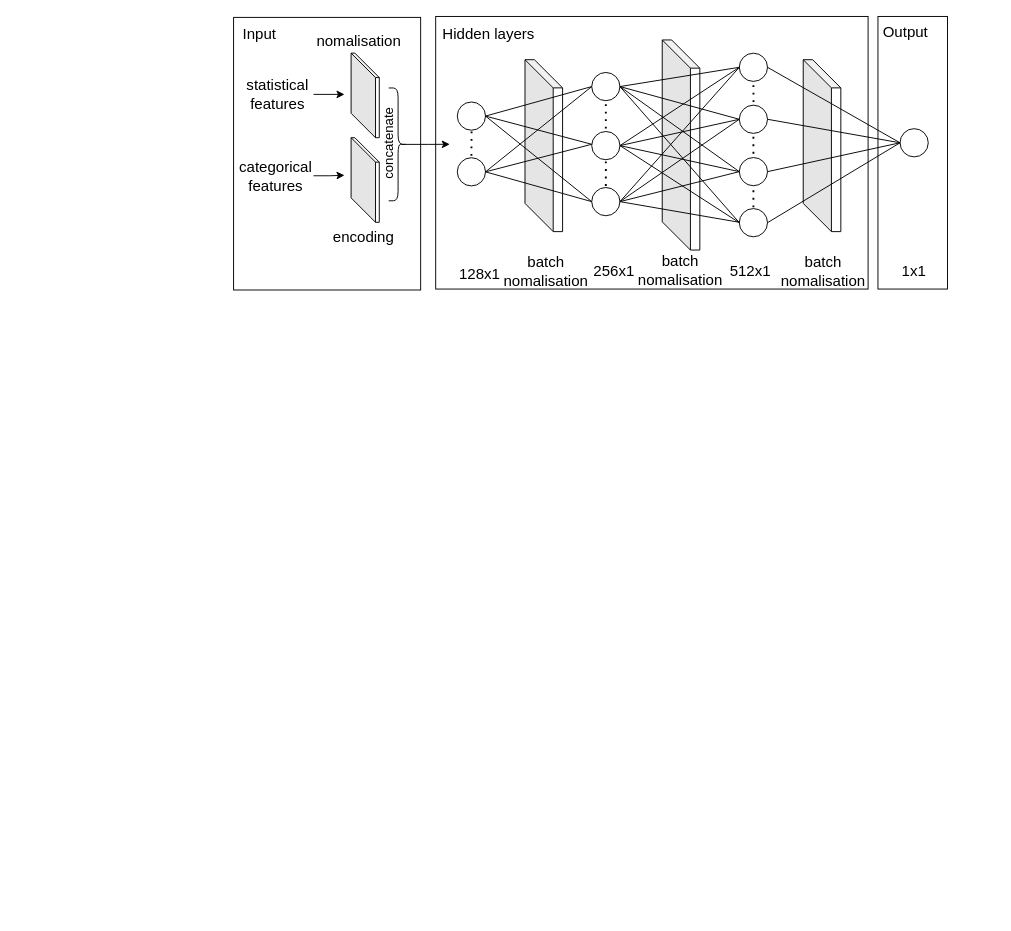
Earlier version of the draw.io diagram page "Page-3" (2 of 4) of network.drawio (qyu38/DL-paper). Source tidied: cells renumbered, new cells numbered last; positions are measured from the earlier drawing's top-left corner, leaving out a move shared by most shapes. Both pictures are drawn from the tidied source at 94%, with x=0, y=0 at pixel (16, 16).
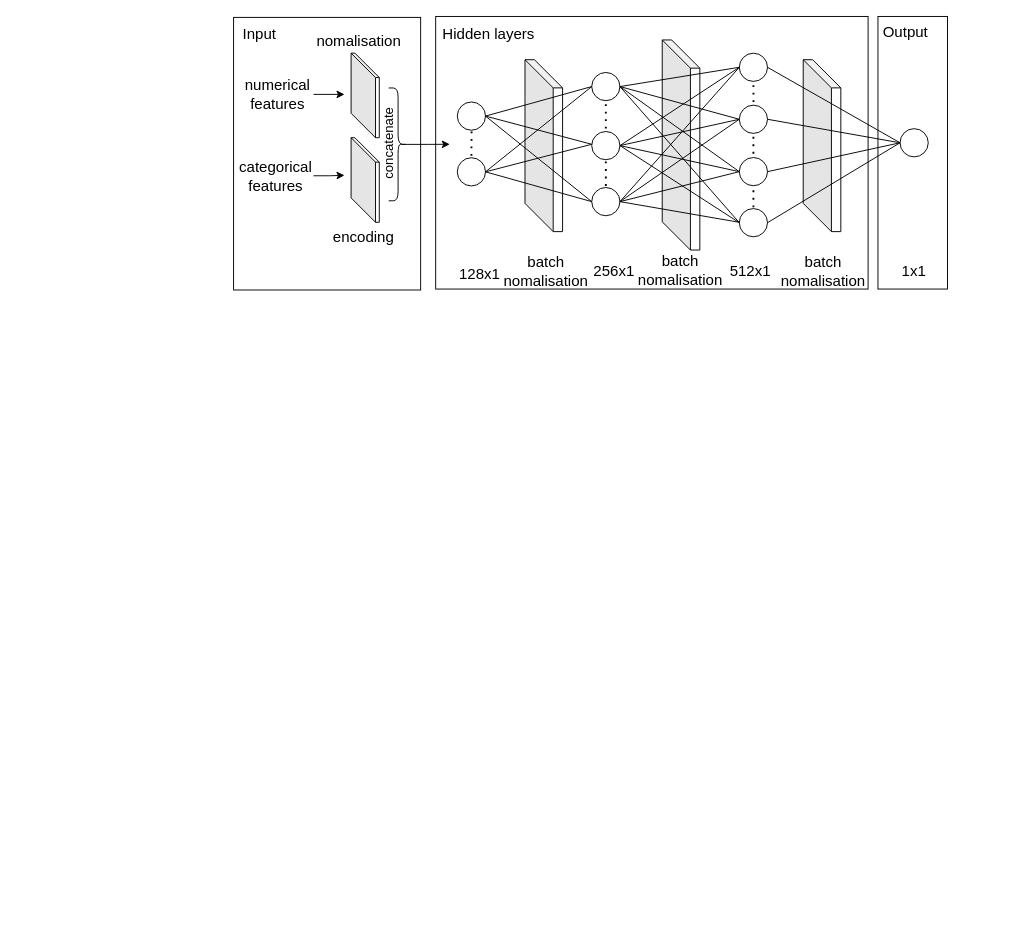
Above is the later version.

Diff of the diagram source:
```diff
@@
-    <mxCell id="21" value="statistical features" style="text;html=1;strokeColor=none;fillColor=none;align=center;verticalAlign=middle;whiteSpace=wrap;rounded=0;fontSize=16;fontColor=#000000;" parent="1" vertex="1">
+    <mxCell id="21" value="numerical features" style="text;html=1;strokeColor=none;fillColor=none;align=center;verticalAlign=middle;whiteSpace=wrap;rounded=0;fontSize=16;fontColor=#000000;" parent="1" vertex="1">
       <mxGeometry x="243" y="67.6" width="70" height="30" as="geometry" />
     </mxCell>
```
